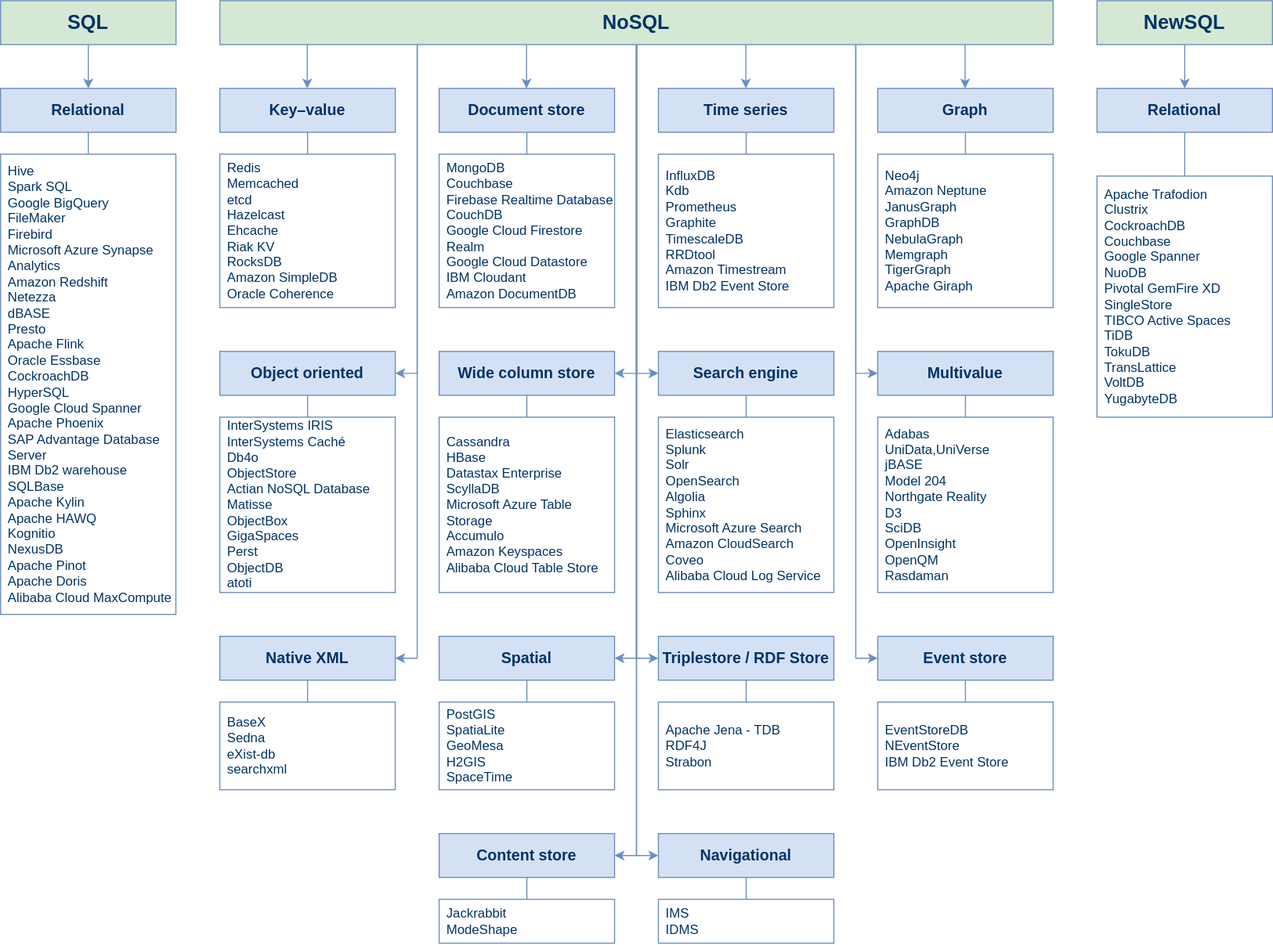
ryndovaira-org/data_science_lectures keeps this draw.io diagram as diagrams/data_models.drawio.svg. Above is the earlier version. Source tidied: cells renumbered, new cells last; positions are measured from the earlier drawing's top-left corner, leaving out a move shared by most shapes.
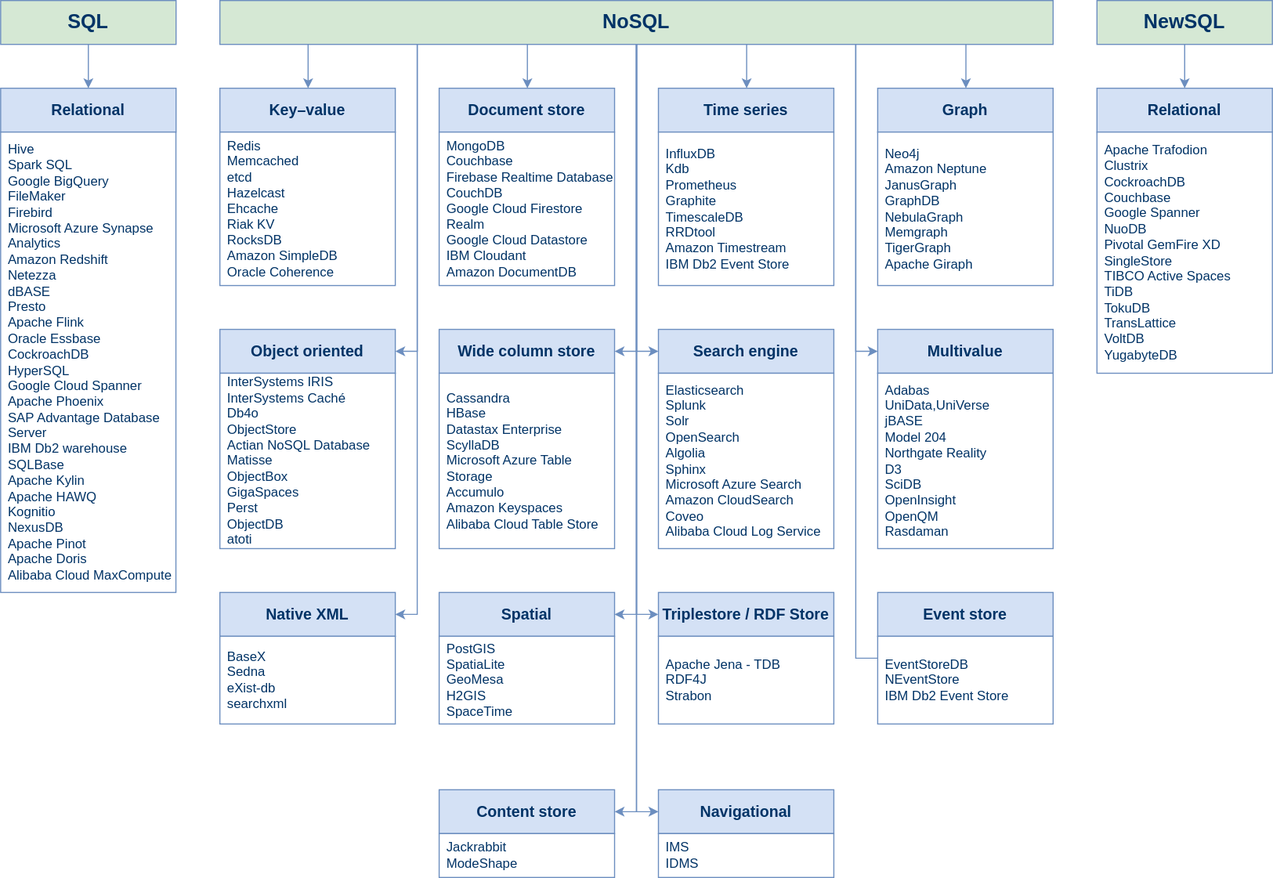
After the commit.

Change to the diagram source:
```diff
@@ -16,3 +16,3 @@
         <Array as="points">
-          <mxPoint x="580" y="590" />
+          <mxPoint x="580" y="570" />
           <mxPoint x="780" y="320" />
@@ -21,4 +21,5 @@
     </mxCell>
-    <mxCell id="6" style="edgeStyle=elbowEdgeStyle;rounded=0;jettySize=auto;html=1;entryX=1;entryY=0.5;entryDx=0;entryDy=0;fillColor=#dae8fc;strokeColor=#6c8ebf;" parent="1" edge="1" source="18" target="27">
+    <mxCell id="6" style="edgeStyle=elbowEdgeStyle;rounded=0;jettySize=auto;html=1;fillColor=#dae8fc;strokeColor=#6c8ebf;" parent="1" edge="1" source="18">
       <mxGeometry relative="1" as="geometry">
+        <mxPoint x="360" y="320" as="targetPoint" />
         <Array as="points">
@@ -44,3 +45,4 @@
         <Array as="points">
-          <mxPoint x="780" y="350" />
+          <mxPoint x="780" y="310" />
+          <mxPoint x="790" y="330" />
           <mxPoint x="800" y="380" />
@@ -55,3 +57,4 @@
         <Array as="points">
-          <mxPoint x="580" y="350" />
+          <mxPoint x="580" y="300" />
+          <mxPoint x="590" y="330" />
         </Array>
@@ -59,6 +62,6 @@
     </mxCell>
-    <mxCell id="13" style="edgeStyle=elbowEdgeStyle;rounded=0;jettySize=auto;html=1;entryX=1;entryY=0.5;entryDx=0;entryDy=0;fillColor=#dae8fc;strokeColor=#6c8ebf;" parent="1" edge="1" source="18" target="54">
+    <mxCell id="13" style="edgeStyle=elbowEdgeStyle;rounded=0;jettySize=auto;html=1;fillColor=#dae8fc;strokeColor=#6c8ebf;entryX=1;entryY=0.5;entryDx=0;entryDy=0;" parent="1" edge="1" source="18" target="54">
       <mxGeometry relative="1" as="geometry">
         <Array as="points">
-          <mxPoint x="380" y="610" />
+          <mxPoint x="380" y="570" />
         </Array>
@@ -100,25 +103,16 @@
     <mxCell id="22" value="&lt;div&gt;Redis&lt;/div&gt;&lt;div&gt;Memcached&lt;/div&gt;&lt;div&gt;etcd&lt;/div&gt;&lt;div&gt;Hazelcast&lt;/div&gt;&lt;div&gt;Ehcache&lt;/div&gt;&lt;div&gt;Riak KV&lt;/div&gt;&lt;div&gt;RocksDB&lt;/div&gt;&lt;div&gt;Amazon SimpleDB&lt;/div&gt;&lt;div&gt;Oracle Coherence&lt;/div&gt;" style="rounded=0;whiteSpace=wrap;html=1;fontSize=12;align=left;spacingLeft=5;strokeColor=#6C8EBF;fontColor=#003366;" parent="1" vertex="1">
-      <mxGeometry x="200" y="140" width="160" height="140" as="geometry" />
+      <mxGeometry x="200" y="120" width="160" height="140" as="geometry" />
     </mxCell>
-    <mxCell id="23" style="edgeStyle=orthogonalEdgeStyle;rounded=0;jettySize=auto;html=1;endArrow=none;endFill=0;strokeColor=#6C8EBF;fontColor=#003366;" parent="1" edge="1" source="24" target="25">
-      <mxGeometry relative="1" as="geometry" />
-    </mxCell>
     <mxCell id="24" value="Triplestore / RDF Store" style="rounded=0;whiteSpace=wrap;html=1;fontSize=14;fontStyle=1;strokeColor=#6C8EBF;fontColor=#003366;fillColor=#D4E1F5;" parent="1" vertex="1">
-      <mxGeometry x="600" y="580" width="160" height="40" as="geometry" />
+      <mxGeometry x="600" y="540" width="160" height="40" as="geometry" />
     </mxCell>
     <mxCell id="25" value="&lt;div&gt;Apache Jena - TDB&lt;/div&gt;&lt;div&gt;RDF4J&lt;/div&gt;&lt;div&gt;Strabon&lt;/div&gt;" style="rounded=0;whiteSpace=wrap;html=1;fontSize=12;align=left;spacingLeft=5;strokeColor=#6C8EBF;fontColor=#003366;" parent="1" vertex="1">
-      <mxGeometry x="600" y="640" width="160" height="80" as="geometry" />
+      <mxGeometry x="600" y="580" width="160" height="80" as="geometry" />
     </mxCell>
-    <mxCell id="26" style="edgeStyle=orthogonalEdgeStyle;rounded=0;jettySize=auto;html=1;endArrow=none;endFill=0;strokeColor=#6C8EBF;fontColor=#003366;" parent="1" edge="1" source="27" target="28">
-      <mxGeometry relative="1" as="geometry" />
-    </mxCell>
     <mxCell id="27" value="Object oriented" style="rounded=0;whiteSpace=wrap;html=1;fontSize=14;fontStyle=1;strokeColor=#6C8EBF;fontColor=#003366;fillColor=#D4E1F5;" parent="1" vertex="1">
-      <mxGeometry x="200" y="320" width="160" height="40" as="geometry" />
+      <mxGeometry x="200" y="300" width="160" height="40" as="geometry" />
     </mxCell>
     <mxCell id="28" value="&lt;div&gt;InterSystems IRIS&lt;/div&gt;&lt;div&gt;InterSystems Caché&lt;/div&gt;&lt;div&gt;Db4o&lt;/div&gt;&lt;div&gt;ObjectStore&lt;/div&gt;&lt;div&gt;Actian NoSQL Database&lt;/div&gt;&lt;div&gt;Matisse&lt;/div&gt;&lt;div&gt;ObjectBox&lt;/div&gt;&lt;div&gt;GigaSpaces&lt;/div&gt;&lt;div&gt;Perst&lt;/div&gt;&lt;div&gt;ObjectDB&lt;/div&gt;&lt;div&gt;atoti&lt;/div&gt;" style="rounded=0;whiteSpace=wrap;html=1;fontSize=12;align=left;spacingLeft=5;strokeColor=#6C8EBF;fontColor=#003366;" parent="1" vertex="1">
-      <mxGeometry x="200" y="380" width="160" height="160" as="geometry" />
+      <mxGeometry x="200" y="340" width="160" height="160" as="geometry" />
     </mxCell>
-    <mxCell id="29" style="edgeStyle=orthogonalEdgeStyle;rounded=0;jettySize=auto;html=1;endArrow=none;endFill=0;strokeColor=#6C8EBF;fontColor=#003366;" parent="1" edge="1" source="30" target="31">
-      <mxGeometry relative="1" as="geometry" />
-    </mxCell>
     <mxCell id="30" value="Document store" style="rounded=0;whiteSpace=wrap;html=1;fontSize=14;fontStyle=1;strokeColor=#6C8EBF;fontColor=#003366;fillColor=#D4E1F5;" parent="1" vertex="1">
@@ -127,13 +121,7 @@
     <mxCell id="31" value="&lt;div&gt;MongoDB&lt;/div&gt;&lt;div&gt;Couchbase&lt;/div&gt;&lt;div&gt;Firebase Realtime Database&lt;/div&gt;&lt;div&gt;CouchDB&lt;/div&gt;&lt;div&gt;Google Cloud Firestore&lt;/div&gt;&lt;div&gt;Realm&lt;/div&gt;&lt;div&gt;Google Cloud Datastore&lt;/div&gt;&lt;div&gt;IBM Cloudant&lt;/div&gt;&lt;div&gt;Amazon DocumentDB&lt;/div&gt;" style="rounded=0;whiteSpace=wrap;html=1;fontSize=12;align=left;spacingLeft=5;strokeColor=#6C8EBF;fontColor=#003366;" parent="1" vertex="1">
-      <mxGeometry x="400" y="140" width="160" height="140" as="geometry" />
+      <mxGeometry x="400" y="120" width="160" height="140" as="geometry" />
     </mxCell>
-    <mxCell id="32" style="edgeStyle=orthogonalEdgeStyle;rounded=0;jettySize=auto;html=1;endArrow=none;endFill=0;strokeColor=#6C8EBF;fontColor=#003366;" parent="1" edge="1" source="33" target="68">
-      <mxGeometry relative="1" as="geometry" />
-    </mxCell>
     <mxCell id="33" value="Wide column store" style="rounded=0;whiteSpace=wrap;html=1;fontSize=14;fontStyle=1;strokeColor=#6C8EBF;fontColor=#003366;fillColor=#D4E1F5;" parent="1" vertex="1">
-      <mxGeometry x="400" y="320" width="160" height="40" as="geometry" />
+      <mxGeometry x="400" y="300" width="160" height="40" as="geometry" />
     </mxCell>
-    <mxCell id="34" style="edgeStyle=orthogonalEdgeStyle;rounded=0;jettySize=auto;html=1;endArrow=none;endFill=0;strokeColor=#6C8EBF;fontColor=#003366;" parent="1" edge="1" source="35" target="36">
-      <mxGeometry relative="1" as="geometry" />
-    </mxCell>
     <mxCell id="35" value="Graph" style="rounded=0;whiteSpace=wrap;html=1;fontSize=14;fontStyle=1;strokeColor=#6C8EBF;fontColor=#003366;fillColor=#D4E1F5;" parent="1" vertex="1">
@@ -142,19 +130,10 @@
     <mxCell id="36" value="&lt;div&gt;Neo4j&lt;/div&gt;&lt;div&gt;Amazon Neptune&lt;/div&gt;&lt;div&gt;JanusGraph&lt;/div&gt;&lt;div&gt;GraphDB&lt;/div&gt;&lt;div&gt;NebulaGraph&lt;/div&gt;&lt;div&gt;Memgraph&lt;/div&gt;&lt;div&gt;TigerGraph&lt;/div&gt;&lt;div&gt;Apache Giraph&lt;/div&gt;" style="rounded=0;whiteSpace=wrap;html=1;fontSize=12;align=left;spacingLeft=5;strokeColor=#6C8EBF;fontColor=#003366;" parent="1" vertex="1">
-      <mxGeometry x="800" y="140" width="160" height="140" as="geometry" />
+      <mxGeometry x="800" y="120" width="160" height="140" as="geometry" />
     </mxCell>
-    <mxCell id="37" style="edgeStyle=orthogonalEdgeStyle;rounded=0;jettySize=auto;html=1;endArrow=none;endFill=0;strokeColor=#6C8EBF;fontColor=#003366;" parent="1" edge="1" source="38" target="39">
-      <mxGeometry relative="1" as="geometry" />
-    </mxCell>
     <mxCell id="38" value="Multivalue" style="rounded=0;whiteSpace=wrap;html=1;fontSize=14;fontStyle=1;strokeColor=#6C8EBF;fontColor=#003366;fillColor=#D4E1F5;" parent="1" vertex="1">
-      <mxGeometry x="800" y="320" width="160" height="40" as="geometry" />
+      <mxGeometry x="800" y="300" width="160" height="40" as="geometry" />
     </mxCell>
     <mxCell id="39" value="&lt;div&gt;Adabas&lt;/div&gt;&lt;div&gt;UniData,UniVerse&lt;/div&gt;&lt;div&gt;jBASE&lt;/div&gt;&lt;div&gt;Model 204&lt;/div&gt;&lt;div&gt;Northgate Reality&lt;/div&gt;&lt;div&gt;D3&lt;/div&gt;&lt;div&gt;SciDB&lt;/div&gt;&lt;div&gt;OpenInsight&lt;/div&gt;&lt;div&gt;OpenQM&lt;/div&gt;&lt;div&gt;Rasdaman&lt;/div&gt;" style="rounded=0;whiteSpace=wrap;html=1;fontSize=12;align=left;spacingLeft=5;strokeColor=#6C8EBF;fontColor=#003366;" parent="1" vertex="1">
-      <mxGeometry x="800" y="380" width="160" height="160" as="geometry" />
+      <mxGeometry x="800" y="340" width="160" height="160" as="geometry" />
     </mxCell>
-    <mxCell id="40" style="endArrow=none;html=1;rounded=0;strokeColor=#6C8EBF;fontColor=#003366;" parent="1" edge="1" source="21" target="22">
-      <mxGeometry relative="1" as="geometry" />
-    </mxCell>
-    <mxCell id="41" style="edgeStyle=orthogonalEdgeStyle;rounded=0;jettySize=auto;html=1;endArrow=none;endFill=0;strokeColor=#6C8EBF;fontColor=#003366;" parent="1" edge="1" source="42" target="43">
-      <mxGeometry relative="1" as="geometry" />
-    </mxCell>
     <mxCell id="42" value="&lt;div style=&quot;font-size: 14px;&quot;&gt;Relational&lt;/div&gt;" style="rounded=0;whiteSpace=wrap;html=1;fontStyle=1;strokeColor=#6C8EBF;fontColor=#003366;fillColor=#D4E1F5;fontSize=14;" parent="1" vertex="1">
@@ -163,7 +142,4 @@
     <mxCell id="43" value="&lt;div&gt;Hive&lt;/div&gt;&lt;div&gt;Spark SQL&lt;/div&gt;&lt;div&gt;Google BigQuery&lt;/div&gt;&lt;div&gt;FileMaker&lt;/div&gt;&lt;div&gt;Firebird&lt;/div&gt;&lt;div&gt;Microsoft Azure Synapse Analytics&lt;/div&gt;&lt;div&gt;Amazon Redshift&lt;/div&gt;&lt;div&gt;Netezza&lt;/div&gt;&lt;div&gt;dBASE&lt;/div&gt;&lt;div&gt;Presto&lt;/div&gt;&lt;div&gt;Apache Flink&lt;/div&gt;&lt;div&gt;Oracle Essbase&lt;/div&gt;&lt;div&gt;CockroachDB&lt;/div&gt;&lt;div&gt;HyperSQL&lt;/div&gt;&lt;div&gt;Google Cloud Spanner&lt;/div&gt;&lt;div&gt;Apache Phoenix&lt;/div&gt;&lt;div&gt;SAP Advantage Database Server&lt;/div&gt;&lt;div&gt;IBM Db2 warehouse&lt;/div&gt;&lt;div&gt;SQLBase&lt;/div&gt;&lt;div&gt;Apache Kylin&lt;/div&gt;&lt;div&gt;Apache HAWQ&lt;/div&gt;&lt;div&gt;Kognitio&lt;/div&gt;&lt;div&gt;NexusDB&lt;/div&gt;&lt;div&gt;Apache Pinot&lt;/div&gt;&lt;div&gt;Apache Doris&lt;/div&gt;&lt;div&gt;Alibaba Cloud MaxCompute&lt;/div&gt;" style="rounded=0;whiteSpace=wrap;html=1;align=left;spacingLeft=5;fontStyle=0;strokeColor=#6C8EBF;fontColor=#003366;" parent="1" vertex="1">
-      <mxGeometry y="140" width="159.9" height="420" as="geometry" />
+      <mxGeometry y="120" width="159.9" height="420" as="geometry" />
     </mxCell>
-    <mxCell id="44" style="edgeStyle=orthogonalEdgeStyle;rounded=0;jettySize=auto;html=1;endArrow=none;endFill=0;strokeColor=#6C8EBF;fontColor=#003366;" parent="1" edge="1" source="45" target="46">
-      <mxGeometry relative="1" as="geometry" />
-    </mxCell>
     <mxCell id="45" value="&lt;div style=&quot;font-size: 14px;&quot;&gt;Relational&lt;/div&gt;" style="rounded=0;whiteSpace=wrap;html=1;fontStyle=1;strokeColor=#6C8EBF;fontColor=#003366;fillColor=#D4E1F5;fontSize=14;" parent="1" vertex="1">
@@ -172,3 +148,3 @@
     <mxCell id="46" value="&lt;div&gt;&lt;span&gt;Apache Trafodion&lt;/span&gt;&lt;/div&gt;&lt;div&gt;Clustrix&lt;/div&gt;&lt;div&gt;CockroachDB&lt;/div&gt;&lt;div&gt;Couchbase&lt;/div&gt;&lt;div&gt;Google Spanner&lt;/div&gt;&lt;div&gt;NuoDB&lt;/div&gt;&lt;div&gt;Pivotal GemFire XD&lt;/div&gt;&lt;div&gt;SingleStore&lt;/div&gt;&lt;div&gt;TIBCO Active Spaces&lt;/div&gt;&lt;div&gt;TiDB&lt;/div&gt;&lt;div&gt;TokuDB&lt;/div&gt;&lt;div&gt;TransLattice&lt;/div&gt;&lt;div&gt;VoltDB&lt;/div&gt;&lt;div&gt;YugabyteDB&lt;/div&gt;" style="rounded=0;whiteSpace=wrap;html=1;align=left;spacingLeft=5;strokeColor=#6C8EBF;fontColor=#003366;fontStyle=0;" parent="1" vertex="1">
-      <mxGeometry x="1000" y="160" width="160" height="220" as="geometry" />
+      <mxGeometry x="1000" y="120" width="160" height="220" as="geometry" />
     </mxCell>
@@ -178,63 +154,42 @@
     <mxCell id="48" value="&lt;div&gt;InfluxDB&lt;/div&gt;&lt;div&gt;Kdb&lt;/div&gt;&lt;div&gt;Prometheus&lt;/div&gt;&lt;div&gt;Graphite&lt;/div&gt;&lt;div&gt;TimescaleDB&lt;/div&gt;&lt;div&gt;RRDtool&lt;/div&gt;&lt;div&gt;Amazon Timestream&lt;/div&gt;&lt;div&gt;IBM Db2 Event Store&lt;/div&gt;" style="rounded=0;whiteSpace=wrap;html=1;fontSize=12;align=left;spacingLeft=5;strokeColor=#6C8EBF;fontColor=#003366;" parent="1" vertex="1">
-      <mxGeometry x="600" y="140" width="160" height="140" as="geometry" />
+      <mxGeometry x="600" y="120" width="160" height="140" as="geometry" />
     </mxCell>
-    <mxCell id="49" style="edgeStyle=orthogonalEdgeStyle;rounded=0;jettySize=auto;html=1;endArrow=none;endFill=0;strokeColor=#6C8EBF;fontColor=#003366;" parent="1" edge="1" source="47" target="48">
-      <mxGeometry relative="1" as="geometry" />
-    </mxCell>
     <mxCell id="50" value="Search engine" style="rounded=0;whiteSpace=wrap;html=1;fontSize=14;fontStyle=1;strokeColor=#6C8EBF;fontColor=#003366;fillColor=#D4E1F5;" parent="1" vertex="1">
-      <mxGeometry x="600" y="320" width="160" height="40" as="geometry" />
+      <mxGeometry x="600" y="300" width="160" height="40" as="geometry" />
     </mxCell>
     <mxCell id="51" value="&lt;div&gt;Elasticsearch&lt;/div&gt;&lt;div&gt;Splunk&lt;/div&gt;&lt;div&gt;Solr&lt;/div&gt;&lt;div&gt;OpenSearch&lt;/div&gt;&lt;div&gt;Algolia&lt;/div&gt;&lt;div&gt;Sphinx&lt;/div&gt;&lt;div&gt;Microsoft Azure Search&lt;/div&gt;&lt;div&gt;Amazon CloudSearch&lt;/div&gt;&lt;div&gt;Coveo&lt;/div&gt;&lt;div&gt;Alibaba Cloud Log Service&lt;/div&gt;" style="rounded=0;whiteSpace=wrap;html=1;fontSize=12;align=left;spacingLeft=5;strokeColor=#6C8EBF;fontColor=#003366;" parent="1" vertex="1">
-      <mxGeometry x="600" y="380" width="160" height="160" as="geometry" />
+      <mxGeometry x="600" y="340" width="160" height="160" as="geometry" />
     </mxCell>
-    <mxCell id="52" style="edgeStyle=orthogonalEdgeStyle;rounded=0;jettySize=auto;html=1;endArrow=none;endFill=0;strokeColor=#6C8EBF;fontColor=#003366;" parent="1" edge="1" source="50" target="51">
-      <mxGeometry relative="1" as="geometry" />
-    </mxCell>
-    <mxCell id="53" style="edgeStyle=orthogonalEdgeStyle;rounded=0;jettySize=auto;html=1;endArrow=none;endFill=0;strokeColor=#6C8EBF;fontColor=#003366;" parent="1" edge="1" source="54" target="55">
-      <mxGeometry relative="1" as="geometry" />
-    </mxCell>
     <mxCell id="54" value="Native XML" style="rounded=0;whiteSpace=wrap;html=1;fontSize=14;fontStyle=1;strokeColor=#6C8EBF;fontColor=#003366;fillColor=#D4E1F5;" parent="1" vertex="1">
-      <mxGeometry x="200" y="580" width="160" height="40" as="geometry" />
+      <mxGeometry x="200" y="540" width="160" height="40" as="geometry" />
     </mxCell>
     <mxCell id="55" value="&lt;div&gt;BaseX&lt;/div&gt;&lt;div&gt;Sedna&lt;/div&gt;&lt;div&gt;eXist-db&lt;/div&gt;&lt;div&gt;searchxml&lt;/div&gt;" style="rounded=0;whiteSpace=wrap;html=1;fontSize=12;align=left;spacingLeft=5;strokeColor=#6C8EBF;fontColor=#003366;" parent="1" vertex="1">
-      <mxGeometry x="200" y="640" width="160" height="80" as="geometry" />
+      <mxGeometry x="200" y="580" width="160" height="80" as="geometry" />
     </mxCell>
-    <mxCell id="56" style="edgeStyle=orthogonalEdgeStyle;rounded=0;jettySize=auto;html=1;endArrow=none;endFill=0;strokeColor=#6C8EBF;fontColor=#003366;" parent="1" edge="1" source="57" target="58">
-      <mxGeometry relative="1" as="geometry" />
-    </mxCell>
     <mxCell id="57" value="Spatial" style="rounded=0;whiteSpace=wrap;html=1;fontSize=14;fontStyle=1;strokeColor=#6C8EBF;fontColor=#003366;fillColor=#D4E1F5;" parent="1" vertex="1">
-      <mxGeometry x="400" y="580" width="160" height="40" as="geometry" />
+      <mxGeometry x="400" y="540" width="160" height="40" as="geometry" />
     </mxCell>
     <mxCell id="58" value="&lt;div&gt;PostGIS&lt;/div&gt;&lt;div&gt;SpatiaLite&lt;/div&gt;&lt;div&gt;GeoMesa&lt;/div&gt;&lt;div&gt;H2GIS&lt;/div&gt;&lt;div&gt;SpaceTime&lt;/div&gt;" style="rounded=0;whiteSpace=wrap;html=1;fontSize=12;align=left;spacingLeft=5;strokeColor=#6C8EBF;fontColor=#003366;" parent="1" vertex="1">
-      <mxGeometry x="400" y="640" width="160" height="80" as="geometry" />
+      <mxGeometry x="400" y="580" width="160" height="80" as="geometry" />
     </mxCell>
-    <mxCell id="59" style="edgeStyle=orthogonalEdgeStyle;rounded=0;jettySize=auto;html=1;endArrow=none;endFill=0;strokeColor=#6C8EBF;fontColor=#003366;" parent="1" edge="1" source="60" target="61">
-      <mxGeometry relative="1" as="geometry" />
-    </mxCell>
     <mxCell id="60" value="Event store" style="rounded=0;whiteSpace=wrap;html=1;fontSize=14;fontStyle=1;strokeColor=#6C8EBF;fontColor=#003366;fillColor=#D4E1F5;" parent="1" vertex="1">
-      <mxGeometry x="800" y="580" width="160" height="40" as="geometry" />
+      <mxGeometry x="800" y="540" width="160" height="40" as="geometry" />
     </mxCell>
     <mxCell id="61" value="&lt;div&gt;EventStoreDB&lt;/div&gt;&lt;div&gt;NEventStore&lt;/div&gt;&lt;div&gt;IBM Db2 Event Store&lt;/div&gt;" style="rounded=0;whiteSpace=wrap;html=1;fontSize=12;align=left;spacingLeft=5;strokeColor=#6C8EBF;fontColor=#003366;" parent="1" vertex="1">
-      <mxGeometry x="800" y="640" width="160" height="80" as="geometry" />
+      <mxGeometry x="800" y="580" width="160" height="80" as="geometry" />
     </mxCell>
-    <mxCell id="62" style="edgeStyle=orthogonalEdgeStyle;rounded=0;jettySize=auto;html=1;endArrow=none;endFill=0;strokeColor=#6C8EBF;fontColor=#003366;" parent="1" edge="1" source="63" target="64">
-      <mxGeometry relative="1" as="geometry" />
-    </mxCell>
     <mxCell id="63" value="Content store" style="rounded=0;whiteSpace=wrap;html=1;fontSize=14;fontStyle=1;strokeColor=#6C8EBF;fontColor=#003366;fillColor=#D4E1F5;" parent="1" vertex="1">
-      <mxGeometry x="400" y="760" width="160" height="40" as="geometry" />
+      <mxGeometry x="400" y="720" width="160" height="40" as="geometry" />
     </mxCell>
     <mxCell id="64" value="&lt;div&gt;Jackrabbit&lt;/div&gt;&lt;div&gt;ModeShape&lt;/div&gt;" style="rounded=0;whiteSpace=wrap;html=1;fontSize=12;align=left;spacingLeft=5;strokeColor=#6C8EBF;fontColor=#003366;" parent="1" vertex="1">
-      <mxGeometry x="400" y="820" width="160" height="40" as="geometry" />
+      <mxGeometry x="400" y="760" width="160" height="40" as="geometry" />
     </mxCell>
-    <mxCell id="65" style="edgeStyle=orthogonalEdgeStyle;rounded=0;jettySize=auto;html=1;endArrow=none;endFill=0;strokeColor=#6C8EBF;fontColor=#003366;" parent="1" edge="1" source="66" target="67">
-      <mxGeometry relative="1" as="geometry" />
-    </mxCell>
     <mxCell id="66" value="Navigational" style="rounded=0;whiteSpace=wrap;html=1;fontSize=14;fontStyle=1;strokeColor=#6C8EBF;fontColor=#003366;fillColor=#D4E1F5;" parent="1" vertex="1">
-      <mxGeometry x="600" y="760" width="160" height="40" as="geometry" />
+      <mxGeometry x="600" y="720" width="160" height="40" as="geometry" />
     </mxCell>
     <mxCell id="67" value="&lt;div&gt;IMS&lt;/div&gt;&lt;div&gt;IDMS&lt;/div&gt;" style="rounded=0;whiteSpace=wrap;html=1;fontSize=12;align=left;spacingLeft=5;strokeColor=#6C8EBF;fontColor=#003366;" parent="1" vertex="1">
-      <mxGeometry x="600" y="820" width="160" height="40" as="geometry" />
+      <mxGeometry x="600" y="760" width="160" height="40" as="geometry" />
     </mxCell>
     <mxCell id="68" value="&lt;div&gt;Cassandra&lt;/div&gt;&lt;div&gt;HBase&lt;/div&gt;&lt;div&gt;Datastax Enterprise&lt;/div&gt;&lt;div&gt;ScyllaDB&lt;/div&gt;&lt;div&gt;Microsoft Azure Table Storage&lt;/div&gt;&lt;div&gt;Accumulo&lt;/div&gt;&lt;div&gt;Amazon Keyspaces&lt;/div&gt;&lt;div&gt;Alibaba Cloud Table Store&lt;/div&gt;" style="rounded=0;whiteSpace=wrap;html=1;fontSize=12;align=left;spacingLeft=5;strokeColor=#6C8EBF;fontColor=#003366;" parent="1" vertex="1">
-      <mxGeometry x="400" y="380" width="160" height="160" as="geometry" />
+      <mxGeometry x="400" y="340" width="160" height="160" as="geometry" />
     </mxCell>
```
